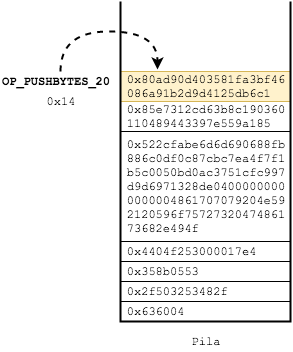
Above: img/Bitcoin_transactions_stack_08.png in JavDomGom/Bitcoin_script_language (draw.io), before the change. Source tidied: cells renumbered, new cells last; positions are measured from the earlier drawing's top-left corner, leaving out a move shared by most shapes. Its diagram source:
```xml
<mxGraphModel>
  <root>
    <mxCell id="0" />
    <mxCell id="1" parent="0" />
    <mxCell id="2" value="Pila" style="text;html=1;strokeColor=none;fillColor=none;align=center;verticalAlign=middle;whiteSpace=wrap;rounded=0;fontFamily=Courier New;" parent="1" vertex="1">
      <mxGeometry x="185" y="330" width="40" height="20" as="geometry" />
    </mxCell>
    <mxCell id="3" value="&lt;div&gt;&lt;/div&gt;&lt;div style=&quot;text-align: center&quot;&gt;&lt;/div&gt;&lt;div&gt;0x85e7312cd63b8c190360&lt;/div&gt;110489443397e559a185&amp;nbsp;&amp;nbsp;&lt;br&gt;" style="text;html=1;strokeColor=#000000;fillColor=none;align=center;verticalAlign=middle;whiteSpace=wrap;rounded=0;fontFamily=Courier New;" parent="1" vertex="1">
      <mxGeometry x="120" y="100" width="170" height="30" as="geometry" />
    </mxCell>
    <mxCell id="4" value="&lt;div&gt;0x80ad90d403581fa3bf46&lt;/div&gt;&lt;div&gt;086a91b2d9d4125db6c1&amp;nbsp;&amp;nbsp;&lt;/div&gt;" style="text;html=1;strokeColor=#d6b656;fillColor=#fff2cc;align=center;verticalAlign=middle;whiteSpace=wrap;rounded=0;fontFamily=Courier New;" parent="1" vertex="1">
      <mxGeometry x="120" y="70" width="170" height="30" as="geometry" />
    </mxCell>
    <mxCell id="5" style="endArrow=none;html=1;rounded=0;strokeWidth=2;" parent="1" edge="1">
      <mxGeometry relative="1" as="geometry">
        <mxPoint x="290" as="sourcePoint" />
        <mxPoint x="120" as="targetPoint" />
        <Array as="points">
          <mxPoint x="290" y="320" />
          <mxPoint x="120" y="320" />
        </Array>
      </mxGeometry>
    </mxCell>
    <mxCell id="6" value="OP_PUSHBYTES_20&lt;br&gt;" style="text;html=1;strokeColor=none;fillColor=none;align=left;verticalAlign=middle;whiteSpace=wrap;rounded=0;fontFamily=Courier New;fontStyle=1;" parent="1" vertex="1">
      <mxGeometry y="70" width="120" height="20" as="geometry" />
    </mxCell>
    <mxCell id="7" style="curved=1;endArrow=classic;html=1;strokeWidth=2;fontFamily=Courier New;exitX=0.5;exitY=0;exitDx=0;exitDy=0;entryX=0.22;entryY=-0.067;entryDx=0;entryDy=0;dashed=1;entryPerimeter=0;" parent="1" edge="1" source="6" target="4">
      <mxGeometry relative="1" as="geometry">
        <Array as="points">
          <mxPoint x="60" y="30" />
          <mxPoint x="157" y="30" />
        </Array>
      </mxGeometry>
    </mxCell>
    <mxCell id="8" value="&lt;div&gt;0x522cfabe6d6d690688fb&lt;/div&gt;&lt;div&gt;886c0df0c87cbc7ea4f7f1&lt;/div&gt;&lt;div&gt;b5c0050bd0ac3751cfc997&lt;/div&gt;&lt;div&gt;d9d6971328de0400000000&lt;/div&gt;&lt;div&gt;0000004861707079204e59&lt;/div&gt;&lt;div&gt;2120596f75727320474861&lt;/div&gt;&lt;div&gt;73682e494f&amp;nbsp; &amp;nbsp; &amp;nbsp; &amp;nbsp; &amp;nbsp; &amp;nbsp;&amp;nbsp;&lt;/div&gt;" style="text;html=1;strokeColor=#000000;fillColor=none;align=center;verticalAlign=middle;whiteSpace=wrap;rounded=0;fontFamily=Courier New;" parent="1" vertex="1">
      <mxGeometry x="120" y="130" width="170" height="110" as="geometry" />
    </mxCell>
    <mxCell id="9" value="&lt;span&gt;0x636004&amp;nbsp; &amp;nbsp; &amp;nbsp; &amp;nbsp; &amp;nbsp; &amp;nbsp; &amp;nbsp;&amp;nbsp;&lt;/span&gt;" style="text;html=1;strokeColor=#000000;fillColor=none;align=center;verticalAlign=middle;whiteSpace=wrap;rounded=0;fontFamily=Courier New;" parent="1" vertex="1">
      <mxGeometry x="120" y="300" width="170" height="20" as="geometry" />
    </mxCell>
    <mxCell id="10" value="&lt;span&gt;0x2f503253482f&amp;nbsp; &amp;nbsp; &amp;nbsp; &amp;nbsp;&amp;nbsp;&lt;/span&gt;&lt;br&gt;" style="text;html=1;strokeColor=#000000;fillColor=none;align=center;verticalAlign=middle;whiteSpace=wrap;rounded=0;fontFamily=Courier New;" parent="1" vertex="1">
      <mxGeometry x="120" y="280" width="170" height="20" as="geometry" />
    </mxCell>
    <mxCell id="11" value="&lt;span&gt;0x358b0553&amp;nbsp; &amp;nbsp; &amp;nbsp; &amp;nbsp; &amp;nbsp; &amp;nbsp;&amp;nbsp;&lt;/span&gt;&lt;br&gt;" style="text;html=1;strokeColor=#000000;fillColor=none;align=center;verticalAlign=middle;whiteSpace=wrap;rounded=0;fontFamily=Courier New;" parent="1" vertex="1">
      <mxGeometry x="120" y="260" width="170" height="20" as="geometry" />
    </mxCell>
    <mxCell id="12" value="&lt;span&gt;0x4404f253000017e4&amp;nbsp; &amp;nbsp;&amp;nbsp;&lt;/span&gt;&lt;br&gt;" style="text;html=1;strokeColor=#000000;fillColor=none;align=center;verticalAlign=middle;whiteSpace=wrap;rounded=0;fontFamily=Courier New;" parent="1" vertex="1">
      <mxGeometry x="120" y="240" width="170" height="20" as="geometry" />
    </mxCell>
    <mxCell id="13" value="0x14" style="text;html=1;strokeColor=none;fillColor=none;align=center;verticalAlign=middle;whiteSpace=wrap;rounded=0;fontFamily=Courier New;" parent="1" vertex="1">
      <mxGeometry x="40" y="90" width="40" height="20" as="geometry" />
    </mxCell>
  </root>
</mxGraphModel>
```
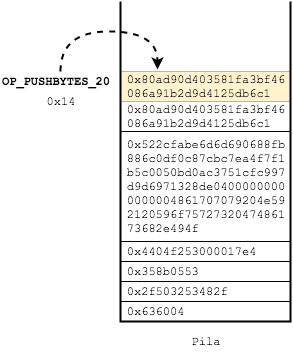
Above is the later version.

Change to the diagram source:
```diff
@@ -5,7 +5,7 @@
     <mxCell id="2" value="Pila" style="text;html=1;strokeColor=none;fillColor=none;align=center;verticalAlign=middle;whiteSpace=wrap;rounded=0;fontFamily=Courier New;" parent="1" vertex="1">
       <mxGeometry x="185" y="330" width="40" height="20" as="geometry" />
     </mxCell>
-    <mxCell id="3" value="&lt;div&gt;&lt;/div&gt;&lt;div style=&quot;text-align: center&quot;&gt;&lt;/div&gt;&lt;div&gt;0x85e7312cd63b8c190360&lt;/div&gt;110489443397e559a185&amp;nbsp;&amp;nbsp;&lt;br&gt;" style="text;html=1;strokeColor=#000000;fillColor=none;align=center;verticalAlign=middle;whiteSpace=wrap;rounded=0;fontFamily=Courier New;" parent="1" vertex="1">
+    <mxCell id="3" value="&lt;div&gt;&lt;/div&gt;&lt;div style=&quot;text-align: center&quot;&gt;&lt;/div&gt;&lt;div&gt;&lt;/div&gt;0x80ad90d403581fa3bf46&lt;br&gt;086a91b2d9d4125db6c1&amp;nbsp;&amp;nbsp;&lt;br&gt;" style="text;html=1;strokeColor=#000000;fillColor=none;align=center;verticalAlign=middle;whiteSpace=wrap;rounded=0;fontFamily=Courier New;" parent="1" vertex="1">
       <mxGeometry x="120" y="100" width="170" height="30" as="geometry" />
     </mxCell>
     <mxCell id="4" value="&lt;div&gt;0x80ad90d403581fa3bf46&lt;/div&gt;&lt;div&gt;086a91b2d9d4125db6c1&amp;nbsp;&amp;nbsp;&lt;/div&gt;" style="text;html=1;strokeColor=#d6b656;fillColor=#fff2cc;align=center;verticalAlign=middle;whiteSpace=wrap;rounded=0;fontFamily=Courier New;" parent="1" vertex="1">
```
